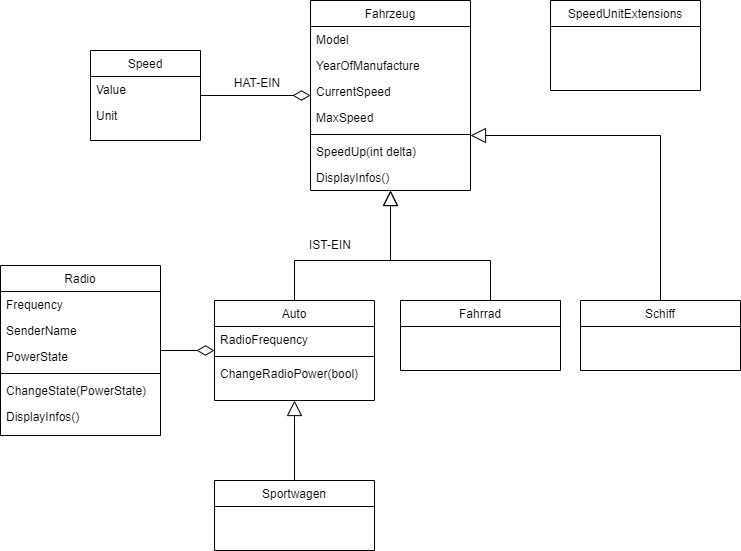
Above: src/20220512/images/AngabeAutoRadio.drawio.png in atillakati/csharp-aufbau-2022-trainer (draw.io), before the change. Source tidied: cells renumbered, new cells last; positions are measured from the earlier drawing's top-left corner, leaving out a move shared by most shapes. The source it was exported from:
```xml
<mxGraphModel>
  <root>
    <mxCell id="0" />
    <mxCell id="1" parent="0" />
    <mxCell id="2" style="edgeStyle=orthogonalEdgeStyle;rounded=0;html=1;endArrow=block;endFill=0;startSize=9;endSize=13;" parent="1" edge="1" source="3" target="21">
      <mxGeometry relative="1" as="geometry">
        <Array as="points">
          <mxPoint x="294" y="260" />
          <mxPoint x="390" y="260" />
        </Array>
      </mxGeometry>
    </mxCell>
    <mxCell id="3" value="Auto" style="swimlane;fontStyle=0;align=center;verticalAlign=top;horizontal=1;startSize=26;rounded=0;shadow=0;strokeWidth=1;" parent="1" vertex="1">
      <mxGeometry x="214" y="300" width="160" height="100" as="geometry" />
    </mxCell>
    <mxCell id="4" value="RadioFrequency" style="text;align=left;verticalAlign=top;spacingLeft=4;spacingRight=4;overflow=hidden;" parent="3" vertex="1">
      <mxGeometry y="26" width="160" height="26" as="geometry" />
    </mxCell>
    <mxCell id="5" style="line;html=1;strokeWidth=1;align=left;verticalAlign=middle;spacingTop=-1;spacingLeft=3;spacingRight=3;labelPosition=right;" parent="3" vertex="1">
      <mxGeometry y="52" width="160" height="8" as="geometry" />
    </mxCell>
    <mxCell id="6" value="ChangeRadioPower(bool)" style="text;align=left;verticalAlign=top;spacingLeft=4;spacingRight=4;overflow=hidden;" parent="3" vertex="1">
      <mxGeometry y="60" width="160" height="26" as="geometry" />
    </mxCell>
    <mxCell id="7" value="Radio" style="swimlane;fontStyle=0;align=center;verticalAlign=top;horizontal=1;startSize=26;rounded=0;shadow=0;strokeWidth=1;" parent="1" vertex="1">
      <mxGeometry y="265" width="160" height="170" as="geometry" />
    </mxCell>
    <mxCell id="8" value="Frequency" style="text;align=left;verticalAlign=top;spacingLeft=4;spacingRight=4;overflow=hidden;" parent="7" vertex="1">
      <mxGeometry y="26" width="160" height="26" as="geometry" />
    </mxCell>
    <mxCell id="9" value="SenderName" style="text;align=left;verticalAlign=top;spacingLeft=4;spacingRight=4;overflow=hidden;rounded=0;shadow=0;html=0;" parent="7" vertex="1">
      <mxGeometry y="52" width="160" height="26" as="geometry" />
    </mxCell>
    <mxCell id="10" value="PowerState" style="text;align=left;verticalAlign=top;spacingLeft=4;spacingRight=4;overflow=hidden;rounded=0;shadow=0;html=0;" parent="7" vertex="1">
      <mxGeometry y="78" width="160" height="26" as="geometry" />
    </mxCell>
    <mxCell id="11" style="line;html=1;strokeWidth=1;align=left;verticalAlign=middle;spacingTop=-1;spacingLeft=3;spacingRight=3;labelPosition=right;" parent="7" vertex="1">
      <mxGeometry y="104" width="160" height="8" as="geometry" />
    </mxCell>
    <mxCell id="12" value="ChangeState(PowerState)" style="text;align=left;verticalAlign=top;spacingLeft=4;spacingRight=4;overflow=hidden;" parent="7" vertex="1">
      <mxGeometry y="112" width="160" height="26" as="geometry" />
    </mxCell>
    <mxCell id="13" value="DisplayInfos()" style="text;align=left;verticalAlign=top;spacingLeft=4;spacingRight=4;overflow=hidden;" parent="7" vertex="1">
      <mxGeometry y="138" width="160" height="26" as="geometry" />
    </mxCell>
    <mxCell id="14" style="edgeStyle=orthogonalEdgeStyle;html=1;startArrow=diamondThin;startFill=0;startSize=15;endArrow=none;endFill=0;rounded=0;" parent="1" edge="1" source="3" target="7">
      <mxGeometry relative="1" as="geometry" />
    </mxCell>
    <mxCell id="15" style="edgeStyle=orthogonalEdgeStyle;html=1;rounded=0;endArrow=diamondThin;endFill=0;startSize=6;endSize=15;" parent="1" edge="1" source="16" target="21">
      <mxGeometry relative="1" as="geometry" />
    </mxCell>
    <mxCell id="16" value="Speed" style="swimlane;fontStyle=0;align=center;verticalAlign=top;horizontal=1;startSize=26;rounded=0;shadow=0;strokeWidth=1;" parent="1" vertex="1">
      <mxGeometry x="90" y="50" width="110" height="90" as="geometry" />
    </mxCell>
    <mxCell id="17" value="Value" style="text;align=left;verticalAlign=top;spacingLeft=4;spacingRight=4;overflow=hidden;" parent="16" vertex="1">
      <mxGeometry y="26" width="110" height="26" as="geometry" />
    </mxCell>
    <mxCell id="18" value="Unit" style="text;align=left;verticalAlign=top;spacingLeft=4;spacingRight=4;overflow=hidden;rounded=0;shadow=0;html=0;" parent="16" vertex="1">
      <mxGeometry y="52" width="110" height="26" as="geometry" />
    </mxCell>
    <mxCell id="19" value="HAT-EIN" style="text;html=1;strokeColor=none;fillColor=none;align=center;verticalAlign=middle;whiteSpace=wrap;rounded=0;" parent="1" vertex="1">
      <mxGeometry x="227" y="68" width="60" height="30" as="geometry" />
    </mxCell>
    <mxCell id="20" value="SpeedUnitExtensions" style="swimlane;fontStyle=0;align=center;verticalAlign=top;horizontal=1;startSize=26;rounded=0;shadow=0;strokeWidth=1;" parent="1" vertex="1">
      <mxGeometry x="550" width="150" height="90" as="geometry" />
    </mxCell>
    <mxCell id="21" value="Fahrzeug" style="swimlane;fontStyle=0;align=center;verticalAlign=top;horizontal=1;startSize=26;rounded=0;shadow=0;strokeWidth=1;" parent="1" vertex="1">
      <mxGeometry x="310" width="160" height="190" as="geometry" />
    </mxCell>
    <mxCell id="22" value="Model" style="text;align=left;verticalAlign=top;spacingLeft=4;spacingRight=4;overflow=hidden;" parent="21" vertex="1">
      <mxGeometry y="26" width="160" height="26" as="geometry" />
    </mxCell>
    <mxCell id="23" value="YearOfManufacture" style="text;align=left;verticalAlign=top;spacingLeft=4;spacingRight=4;overflow=hidden;rounded=0;shadow=0;html=0;" parent="21" vertex="1">
      <mxGeometry y="52" width="160" height="26" as="geometry" />
    </mxCell>
    <mxCell id="24" value="CurrentSpeed" style="text;align=left;verticalAlign=top;spacingLeft=4;spacingRight=4;overflow=hidden;rounded=0;shadow=0;html=0;" parent="21" vertex="1">
      <mxGeometry y="78" width="160" height="26" as="geometry" />
    </mxCell>
    <mxCell id="25" value="MaxSpeed" style="text;align=left;verticalAlign=top;spacingLeft=4;spacingRight=4;overflow=hidden;rounded=0;shadow=0;html=0;" parent="21" vertex="1">
      <mxGeometry y="104" width="160" height="26" as="geometry" />
    </mxCell>
    <mxCell id="26" style="line;html=1;strokeWidth=1;align=left;verticalAlign=middle;spacingTop=-1;spacingLeft=3;spacingRight=3;labelPosition=right;" parent="21" vertex="1">
      <mxGeometry y="130" width="160" height="8" as="geometry" />
    </mxCell>
    <mxCell id="27" value="SpeedUp(int delta)" style="text;align=left;verticalAlign=top;spacingLeft=4;spacingRight=4;overflow=hidden;" parent="21" vertex="1">
      <mxGeometry y="138" width="160" height="26" as="geometry" />
    </mxCell>
    <mxCell id="28" value="DisplayInfos()" style="text;align=left;verticalAlign=top;spacingLeft=4;spacingRight=4;overflow=hidden;" parent="21" vertex="1">
      <mxGeometry y="164" width="160" height="26" as="geometry" />
    </mxCell>
    <mxCell id="29" style="edgeStyle=orthogonalEdgeStyle;rounded=0;html=1;endArrow=block;endFill=0;startSize=9;endSize=13;" parent="1" edge="1" source="30" target="3">
      <mxGeometry relative="1" as="geometry" />
    </mxCell>
    <mxCell id="30" value="Sportwagen" style="swimlane;fontStyle=0;align=center;verticalAlign=top;horizontal=1;startSize=26;rounded=0;shadow=0;strokeWidth=1;" parent="1" vertex="1">
      <mxGeometry x="214" y="480" width="160" height="70" as="geometry" />
    </mxCell>
    <mxCell id="31" style="edgeStyle=orthogonalEdgeStyle;rounded=0;html=1;endArrow=block;endFill=0;startSize=9;endSize=13;" parent="1" edge="1" source="32" target="21">
      <mxGeometry relative="1" as="geometry">
        <Array as="points">
          <mxPoint x="490" y="260" />
          <mxPoint x="390" y="260" />
        </Array>
      </mxGeometry>
    </mxCell>
    <mxCell id="32" value="Fahrrad" style="swimlane;fontStyle=0;align=center;verticalAlign=top;horizontal=1;startSize=26;rounded=0;shadow=0;strokeWidth=1;" parent="1" vertex="1">
      <mxGeometry x="400" y="300" width="160" height="70" as="geometry" />
    </mxCell>
    <mxCell id="33" style="edgeStyle=orthogonalEdgeStyle;rounded=0;html=1;endArrow=block;endFill=0;startSize=9;endSize=13;" parent="1" edge="1" source="34" target="21">
      <mxGeometry relative="1" as="geometry">
        <Array as="points">
          <mxPoint x="660" y="135" />
        </Array>
      </mxGeometry>
    </mxCell>
    <mxCell id="34" value="Schiff" style="swimlane;fontStyle=0;align=center;verticalAlign=top;horizontal=1;startSize=26;rounded=0;shadow=0;strokeWidth=1;" parent="1" vertex="1">
      <mxGeometry x="580" y="300" width="160" height="70" as="geometry" />
    </mxCell>
    <mxCell id="35" value="IST-EIN" style="text;html=1;strokeColor=none;fillColor=none;align=center;verticalAlign=middle;whiteSpace=wrap;rounded=0;" parent="1" vertex="1">
      <mxGeometry x="300" y="230" width="60" height="30" as="geometry" />
    </mxCell>
  </root>
</mxGraphModel>
```
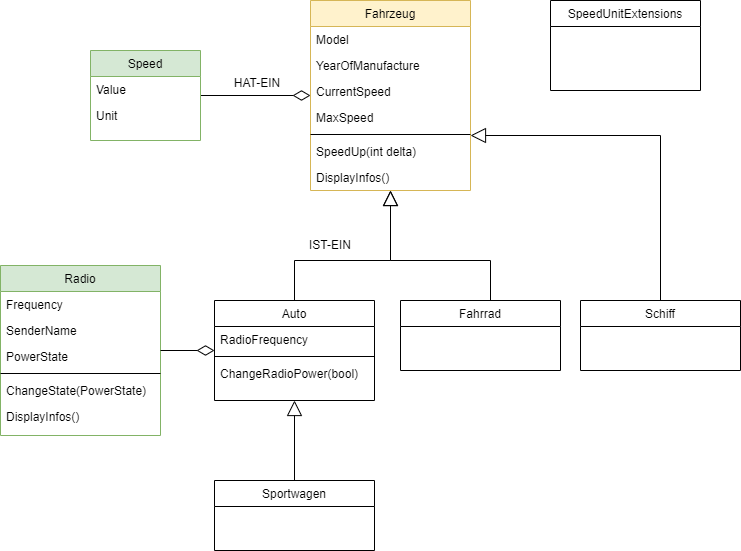
Later version of the same file.

What changed in the source:
```diff
@@ -22,7 +22,7 @@
     <mxCell id="6" value="ChangeRadioPower(bool)" style="text;align=left;verticalAlign=top;spacingLeft=4;spacingRight=4;overflow=hidden;" parent="3" vertex="1">
       <mxGeometry y="60" width="160" height="26" as="geometry" />
     </mxCell>
-    <mxCell id="7" value="Radio" style="swimlane;fontStyle=0;align=center;verticalAlign=top;horizontal=1;startSize=26;rounded=0;shadow=0;strokeWidth=1;" parent="1" vertex="1">
+    <mxCell id="7" value="Radio" style="swimlane;fontStyle=0;align=center;verticalAlign=top;horizontal=1;startSize=26;rounded=0;shadow=0;strokeWidth=1;fillColor=#d5e8d4;strokeColor=#82b366;" parent="1" vertex="1">
       <mxGeometry y="265" width="160" height="170" as="geometry" />
     </mxCell>
     <mxCell id="8" value="Frequency" style="text;align=left;verticalAlign=top;spacingLeft=4;spacingRight=4;overflow=hidden;" parent="7" vertex="1">
@@ -49,7 +49,7 @@
     <mxCell id="15" style="edgeStyle=orthogonalEdgeStyle;html=1;rounded=0;endArrow=diamondThin;endFill=0;startSize=6;endSize=15;" parent="1" edge="1" source="16" target="21">
       <mxGeometry relative="1" as="geometry" />
     </mxCell>
-    <mxCell id="16" value="Speed" style="swimlane;fontStyle=0;align=center;verticalAlign=top;horizontal=1;startSize=26;rounded=0;shadow=0;strokeWidth=1;" parent="1" vertex="1">
+    <mxCell id="16" value="Speed" style="swimlane;fontStyle=0;align=center;verticalAlign=top;horizontal=1;startSize=26;rounded=0;shadow=0;strokeWidth=1;fillColor=#d5e8d4;strokeColor=#82b366;" parent="1" vertex="1">
       <mxGeometry x="90" y="50" width="110" height="90" as="geometry" />
     </mxCell>
     <mxCell id="17" value="Value" style="text;align=left;verticalAlign=top;spacingLeft=4;spacingRight=4;overflow=hidden;" parent="16" vertex="1">
@@ -64,7 +64,7 @@
     <mxCell id="20" value="SpeedUnitExtensions" style="swimlane;fontStyle=0;align=center;verticalAlign=top;horizontal=1;startSize=26;rounded=0;shadow=0;strokeWidth=1;" parent="1" vertex="1">
       <mxGeometry x="550" width="150" height="90" as="geometry" />
     </mxCell>
-    <mxCell id="21" value="Fahrzeug" style="swimlane;fontStyle=0;align=center;verticalAlign=top;horizontal=1;startSize=26;rounded=0;shadow=0;strokeWidth=1;" parent="1" vertex="1">
+    <mxCell id="21" value="Fahrzeug" style="swimlane;fontStyle=0;align=center;verticalAlign=top;horizontal=1;startSize=26;rounded=0;shadow=0;strokeWidth=1;fillColor=#fff2cc;strokeColor=#d6b656;" parent="1" vertex="1">
       <mxGeometry x="310" width="160" height="190" as="geometry" />
     </mxCell>
     <mxCell id="22" value="Model" style="text;align=left;verticalAlign=top;spacingLeft=4;spacingRight=4;overflow=hidden;" parent="21" vertex="1">
```
